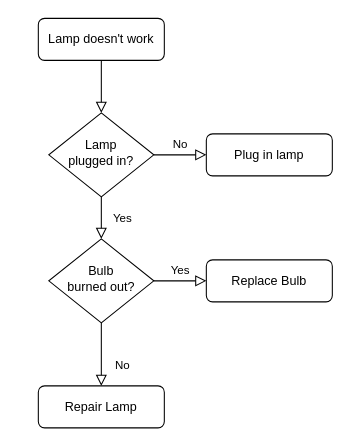
Before: Moives-CURD-API/Untitled Diagram.drawio in itsRijh/my-go-projects, a draw.io diagram. Source tidied: cells renumbered, new cells numbered last; positions are measured from the earlier drawing's top-left corner, leaving out a move shared by most shapes. Both pictures are drawn from the tidied source at 105%, with x=0, y=0 at pixel (38, 18).
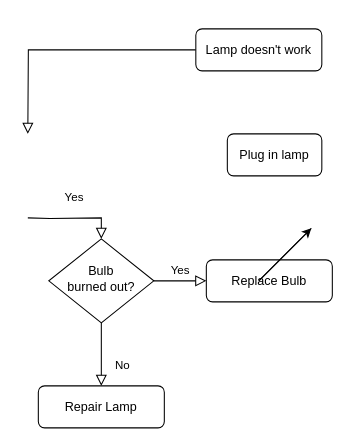
The same diagram, later.

What changed in the source:
```diff
@@
 <mxGraphModel>
   <root>
     <mxCell id="0" />
     <mxCell id="1" parent="0" />
-    <mxCell id="2" style="rounded=0;html=1;jettySize=auto;fontSize=11;endArrow=block;endFill=0;endSize=8;strokeWidth=1;shadow=0;labelBackgroundColor=none;edgeStyle=orthogonalEdgeStyle;" parent="1" edge="1" source="3" target="6">
-      <mxGeometry relative="1" as="geometry" />
+    <mxCell id="2" style="rounded=0;html=1;jettySize=auto;fontSize=11;endArrow=block;endFill=0;endSize=8;strokeWidth=1;shadow=0;labelBackgroundColor=none;edgeStyle=orthogonalEdgeStyle;" parent="1" edge="1" source="3">
+      <mxGeometry relative="1" as="geometry">
+        <mxPoint x="-10" y="110" as="targetPoint" />
+      </mxGeometry>
     </mxCell>
     <mxCell id="3" value="Lamp doesn't work" style="rounded=1;whiteSpace=wrap;html=1;fontSize=12;glass=0;strokeWidth=1;shadow=0;" parent="1" vertex="1">
-      <mxGeometry width="120" height="40" as="geometry" />
+      <mxGeometry x="150" y="10" width="120" height="40" as="geometry" />
     </mxCell>
-    <mxCell id="4" value="Yes" style="rounded=0;html=1;jettySize=auto;fontSize=11;endArrow=block;endFill=0;endSize=8;strokeWidth=1;shadow=0;labelBackgroundColor=none;edgeStyle=orthogonalEdgeStyle;" parent="1" edge="1" source="6" target="10">
-      <mxGeometry y="20" relative="1" as="geometry" />
+    <mxCell id="4" value="Yes" style="rounded=0;html=1;jettySize=auto;fontSize=11;endArrow=block;endFill=0;endSize=8;strokeWidth=1;shadow=0;labelBackgroundColor=none;edgeStyle=orthogonalEdgeStyle;" parent="1" edge="1" target="10">
+      <mxGeometry y="20" relative="1" as="geometry">
+        <mxPoint x="-10" y="190" as="sourcePoint" />
+      </mxGeometry>
     </mxCell>
-    <mxCell id="5" value="No" style="edgeStyle=orthogonalEdgeStyle;rounded=0;html=1;jettySize=auto;fontSize=11;endArrow=block;endFill=0;endSize=8;strokeWidth=1;shadow=0;labelBackgroundColor=none;" parent="1" edge="1" source="6" target="7">
-      <mxGeometry y="10" relative="1" as="geometry" />
-    </mxCell>
-    <mxCell id="6" value="Lamp&lt;br&gt;plugged in?" style="rhombus;whiteSpace=wrap;html=1;shadow=0;fontFamily=Helvetica;fontSize=12;align=center;strokeWidth=1;spacing=6;spacingTop=-4;" parent="1" vertex="1">
-      <mxGeometry x="10" y="90" width="100" height="80" as="geometry" />
-    </mxCell>
     <mxCell id="7" value="Plug in lamp" style="rounded=1;whiteSpace=wrap;html=1;fontSize=12;glass=0;strokeWidth=1;shadow=0;" parent="1" vertex="1">
-      <mxGeometry x="160" y="110" width="120" height="40" as="geometry" />
+      <mxGeometry x="180" y="110" width="90" height="40" as="geometry" />
     </mxCell>
     <mxCell id="8" value="No" style="rounded=0;html=1;jettySize=auto;fontSize=11;endArrow=block;endFill=0;endSize=8;strokeWidth=1;shadow=0;labelBackgroundColor=none;edgeStyle=orthogonalEdgeStyle;" parent="1" edge="1" source="10" target="11">
       <mxGeometry x="0.33" y="20" relative="1" as="geometry" />
     </mxCell>
     <mxCell id="9" value="Yes" style="edgeStyle=orthogonalEdgeStyle;rounded=0;html=1;jettySize=auto;fontSize=11;endArrow=block;endFill=0;endSize=8;strokeWidth=1;shadow=0;labelBackgroundColor=none;" parent="1" edge="1" source="10" target="12">
       <mxGeometry y="10" relative="1" as="geometry" />
     </mxCell>
     <mxCell id="10" value="Bulb&lt;br&gt;burned out?" style="rhombus;whiteSpace=wrap;html=1;shadow=0;fontFamily=Helvetica;fontSize=12;align=center;strokeWidth=1;spacing=6;spacingTop=-4;" parent="1" vertex="1">
       <mxGeometry x="10" y="210" width="100" height="80" as="geometry" />
     </mxCell>
     <mxCell id="11" value="Repair Lamp" style="rounded=1;whiteSpace=wrap;html=1;fontSize=12;glass=0;strokeWidth=1;shadow=0;" parent="1" vertex="1">
       <mxGeometry y="350" width="120" height="40" as="geometry" />
     </mxCell>
     <mxCell id="12" value="Replace Bulb" style="rounded=1;whiteSpace=wrap;html=1;fontSize=12;glass=0;strokeWidth=1;shadow=0;" parent="1" vertex="1">
       <mxGeometry x="160" y="230" width="120" height="40" as="geometry" />
     </mxCell>
+    <mxCell id="13" style="endArrow=none;html=1;rounded=0;" parent="1" edge="1">
+      <mxGeometry relative="1" as="geometry">
+        <mxPoint x="210" y="250" as="sourcePoint" />
+        <mxPoint x="260" y="200" as="targetPoint" />
+      </mxGeometry>
+    </mxCell>
+    <mxCell id="14" style="endArrow=classic;html=1;rounded=0;" parent="1" edge="1">
+      <mxGeometry relative="1" as="geometry">
+        <mxPoint x="210" y="250" as="sourcePoint" />
+        <mxPoint x="260" y="200" as="targetPoint" />
+      </mxGeometry>
+    </mxCell>
   </root>
 </mxGraphModel>
```
